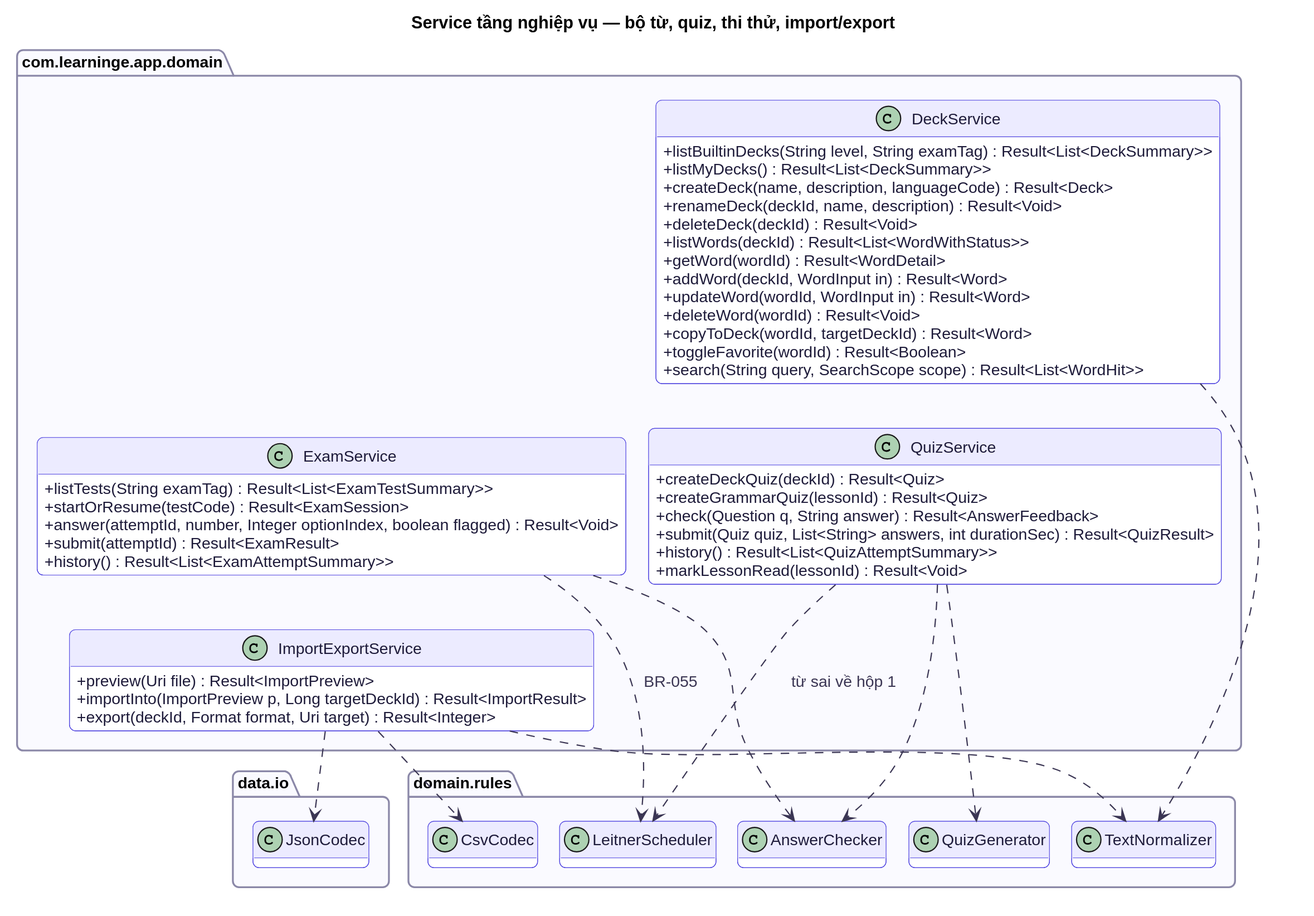
The PlantUML diagram docs/diagrams/class/cls-services-content.svg in at1308033-sketch/LearningE_app, before a commit.
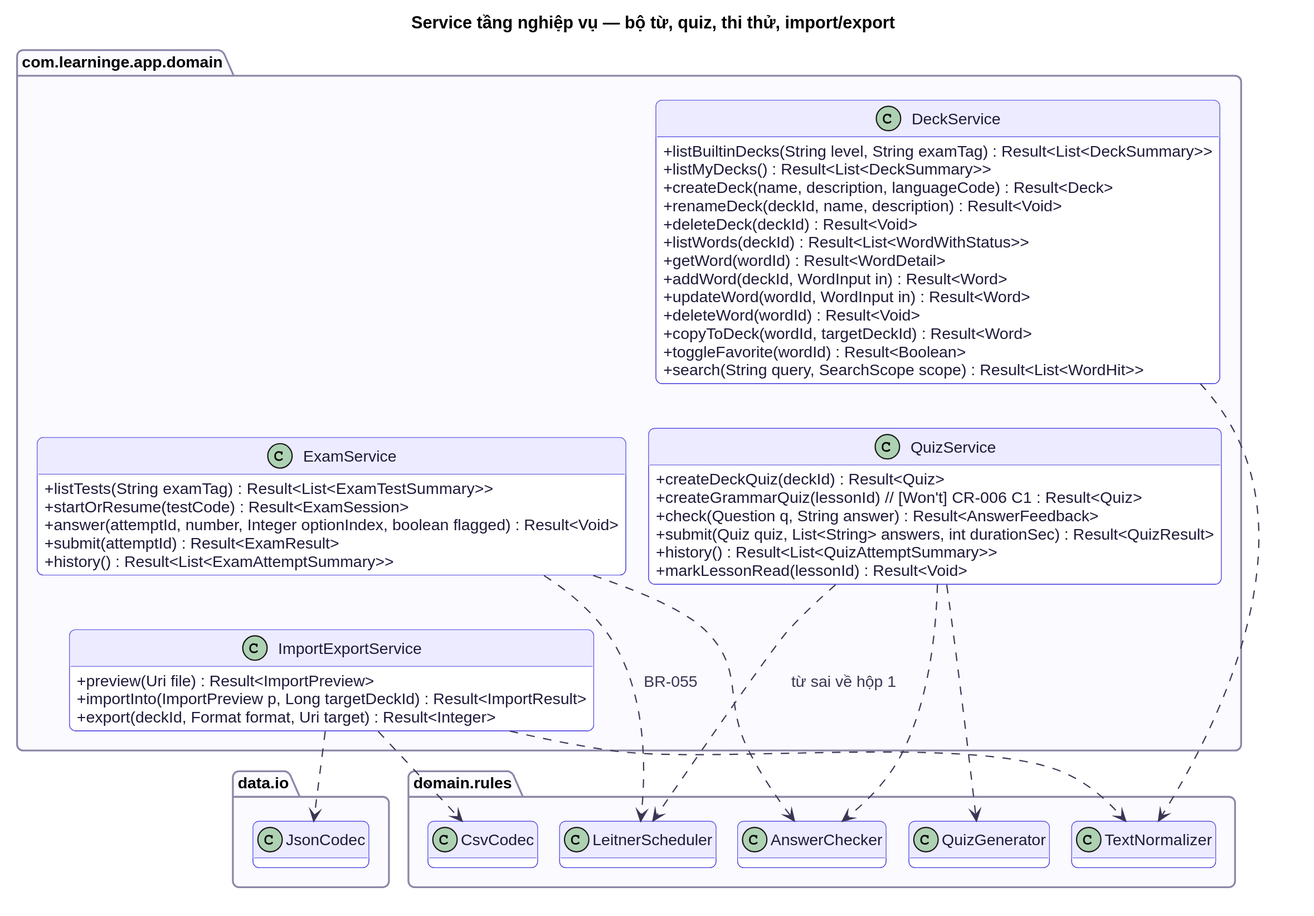
The same diagram one commit later.

The edit, as a diff of the source:
```diff
@@ -23,7 +23,7 @@
   }
   class QuizService {
     +createDeckQuiz(deckId) : Result<Quiz>
-    +createGrammarQuiz(lessonId) : Result<Quiz>
+    +createGrammarQuiz(lessonId)  // [Won't] CR-006 C1 : Result<Quiz>
     +check(Question q, String answer) : Result<AnswerFeedback>
     +submit(Quiz quiz, List<String> answers, int durationSec) : Result<QuizResult>
     +history() : Result<List<QuizAttemptSummary>>
```
